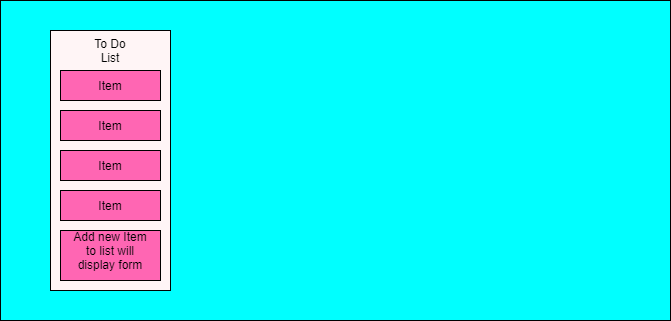
Above: the-lifetracker/img/LifeFlow.png in BrevinCronk98/The-Life-Tracker (draw.io), before the change. Source tidied: cells renumbered, new cells last; positions are measured from the earlier drawing's top-left corner, leaving out a move shared by most shapes.
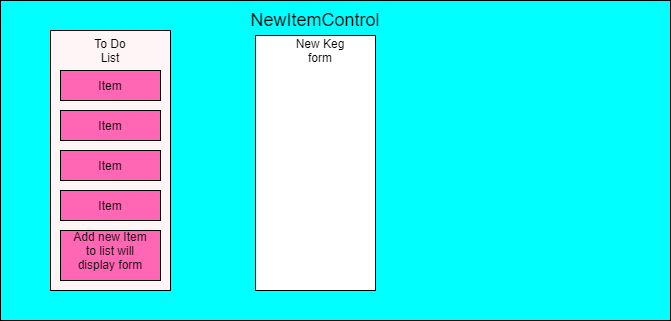
The same diagram one commit later.

Commit message:
Added more to the component diagram, work on the diagrams continue

Change to the diagram source:
```diff
@@ -41,5 +41,14 @@
     <mxCell id="14" value="Add new Item to list will display form" style="text;html=1;strokeColor=none;fillColor=none;align=center;verticalAlign=middle;whiteSpace=wrap;rounded=0;" parent="1" vertex="1">
       <mxGeometry x="70" y="240" width="80" height="20" as="geometry" />
     </mxCell>
+    <mxCell id="15" value="&lt;font style=&quot;font-size: 18px&quot;&gt;NewItemControl&lt;/font&gt;" style="text;html=1;strokeColor=none;fillColor=none;align=center;verticalAlign=middle;whiteSpace=wrap;rounded=0;" parent="1" vertex="1">
+      <mxGeometry x="260" y="10" width="110" height="20" as="geometry" />
+    </mxCell>
+    <mxCell id="16" style="rounded=0;whiteSpace=wrap;html=1;fillColor=#FFFFFF;" parent="1" vertex="1">
+      <mxGeometry x="255" y="35" width="120" height="255" as="geometry" />
+    </mxCell>
+    <mxCell id="17" value="New Keg form" style="text;html=1;strokeColor=none;fillColor=none;align=center;verticalAlign=middle;whiteSpace=wrap;rounded=0;" parent="1" vertex="1">
+      <mxGeometry x="290" y="40" width="60" height="20" as="geometry" />
+    </mxCell>
   </root>
 </mxGraphModel>
```
